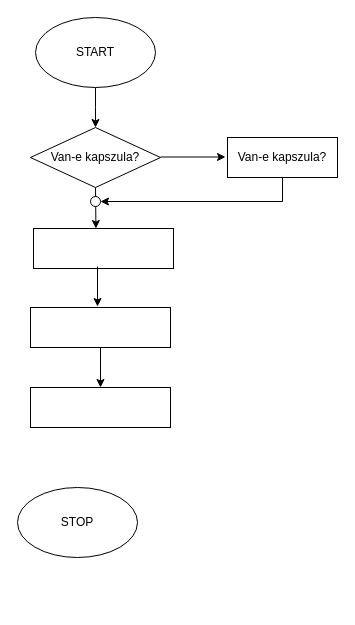
Bvivien2024/AWX42EInfAlk keeps this draw.io diagram as AWX42E_0430/AWX42E_kavefőzés.drawio. Above is the earlier version. Source tidied: cells renumbered, new cells numbered last; positions are measured from the earlier drawing's top-left corner, leaving out a move shared by most shapes. Both pictures are drawn from the tidied source at 100%, with x=0, y=0 at pixel (17, 17).
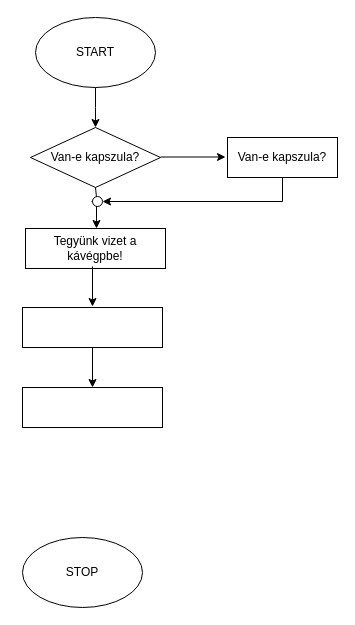
Above is the later version.

The change refers to these unchanged cells:
```xml
<mxCell id="5" value="Van-e kapszula?" style="rhombus;whiteSpace=wrap;html=1;" parent="1" vertex="1">
  <mxGeometry x="13" y="110" width="130" height="60" as="geometry" />
</mxCell>
```

What changed in the source:
```diff
@@
     <mxCell id="2" value="STOP" style="ellipse;whiteSpace=wrap;html=1;" parent="1" vertex="1">
-      <mxGeometry y="470" width="120" height="70" as="geometry" />
+      <mxGeometry x="5" y="520" width="120" height="70" as="geometry" />
     </mxCell>
@@
-    <mxCell id="6" style="rounded=0;whiteSpace=wrap;html=1;" parent="1" vertex="1">
-      <mxGeometry x="16" y="211" width="140" height="40" as="geometry" />
+    <mxCell id="6" value="Tegyünk vizet a kávégpbe!" style="rounded=0;whiteSpace=wrap;html=1;" parent="1" vertex="1">
+      <mxGeometry x="8" y="211" width="140" height="40" as="geometry" />
     </mxCell>
     <mxCell id="7" style="rounded=0;whiteSpace=wrap;html=1;" parent="1" vertex="1">
-      <mxGeometry x="13" y="290" width="140" height="40" as="geometry" />
+      <mxGeometry x="5" y="290" width="140" height="40" as="geometry" />
     </mxCell>
     <mxCell id="8" style="rounded=0;whiteSpace=wrap;html=1;" parent="1" vertex="1">
-      <mxGeometry x="13" y="370" width="140" height="40" as="geometry" />
+      <mxGeometry x="5" y="370" width="140" height="40" as="geometry" />
     </mxCell>
@@
-    <mxCell id="10" style="endArrow=classic;html=1;rounded=0;exitX=0.5;exitY=1;exitDx=0;exitDy=0;entryX=0.446;entryY=0;entryDx=0;entryDy=0;entryPerimeter=0;" parent="1" edge="1" source="5" target="6">
-      <mxGeometry relative="1" as="geometry" />
+    <mxCell id="10" style="endArrow=classic;html=1;rounded=0;exitX=0.5;exitY=1;exitDx=0;exitDy=0;" parent="1" edge="1" source="5">
+      <mxGeometry relative="1" as="geometry">
+        <mxPoint x="80" y="190" as="targetPoint" />
+      </mxGeometry>
     </mxCell>
     <mxCell id="11" style="endArrow=classic;html=1;rounded=0;" parent="1" edge="1">
       <mxGeometry relative="1" as="geometry">
-        <mxPoint x="80" y="249" as="sourcePoint" />
-        <mxPoint x="80" y="289" as="targetPoint" />
+        <mxPoint x="75" y="249" as="sourcePoint" />
+        <mxPoint x="75" y="289" as="targetPoint" />
       </mxGeometry>
     </mxCell>
@@
+    <mxCell id="16" style="edgeStyle=orthogonalEdgeStyle;rounded=0;orthogonalLoop=1;jettySize=auto;html=1;exitX=0;exitY=0.5;exitDx=0;exitDy=0;entryX=0.5;entryY=0;entryDx=0;entryDy=0;" parent="1" edge="1">
+      <mxGeometry relative="1" as="geometry">
+        <mxPoint x="74" y="184" as="sourcePoint" />
+        <mxPoint x="79" y="211" as="targetPoint" />
+      </mxGeometry>
+    </mxCell>
     <mxCell id="13" style="ellipse;whiteSpace=wrap;html=1;" parent="1" vertex="1">
-      <mxGeometry x="73" y="179" width="10" height="10" as="geometry" />
+      <mxGeometry x="75" y="179" width="10" height="10" as="geometry" />
     </mxCell>
```
